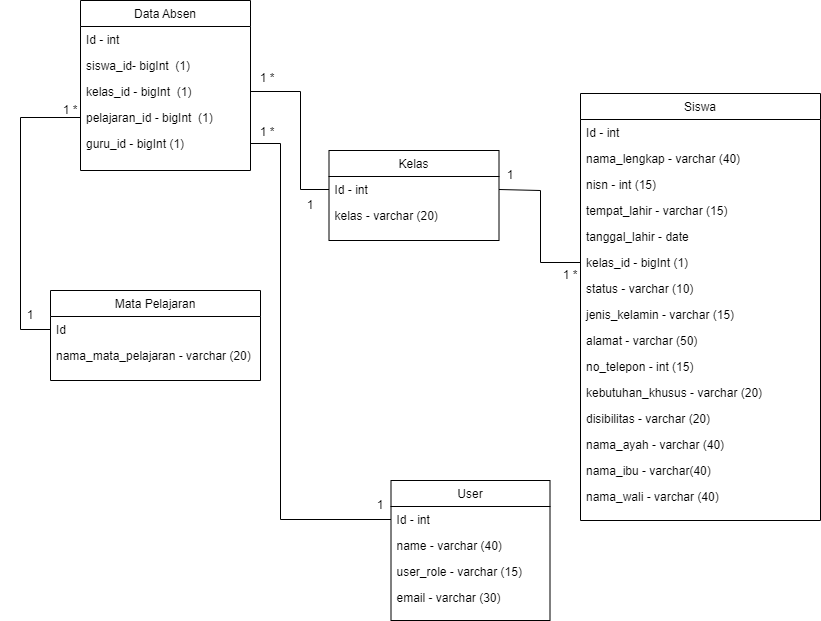
Before: Untitled Diagram.drawio.png, a diagram exported from draw.io (danangsptro/SI_ABSEN). Source tidied: cells renumbered, new cells last; positions are measured from the earlier drawing's top-left corner, leaving out a move shared by most shapes.
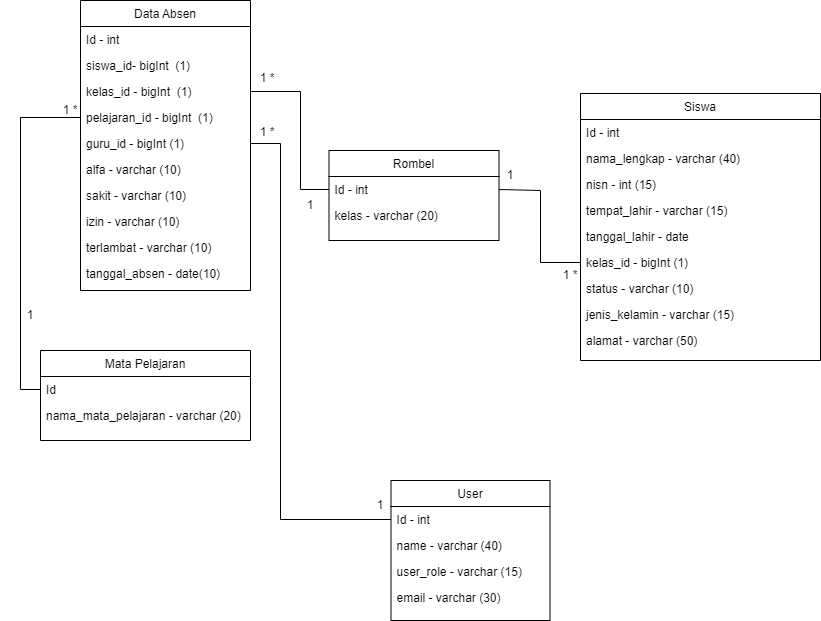
After the change.

Diff of the diagram source:
```diff
@@ -17,7 +17,7 @@
     <mxCell id="6" value="email - varchar (30)" style="text;align=left;verticalAlign=top;spacingLeft=4;spacingRight=4;overflow=hidden;" parent="2" vertex="1">
       <mxGeometry y="104" width="159" height="26" as="geometry" />
     </mxCell>
-    <mxCell id="7" value="Kelas" style="swimlane;fontStyle=0;align=center;verticalAlign=top;horizontal=1;startSize=26;rounded=0;shadow=0;strokeWidth=1;" parent="1" vertex="1">
+    <mxCell id="7" value="Rombel" style="swimlane;fontStyle=0;align=center;verticalAlign=top;horizontal=1;startSize=26;rounded=0;shadow=0;strokeWidth=1;" parent="1" vertex="1">
       <mxGeometry x="328.5" y="150" width="170" height="90" as="geometry" />
     </mxCell>
     <mxCell id="8" value="Id - int" style="text;align=left;verticalAlign=top;spacingLeft=4;spacingRight=4;overflow=hidden;points=[[0,0.5],[1,0.5]];portConstraint=eastwest;" parent="7" vertex="1">
@@ -27,7 +27,7 @@
       <mxGeometry y="52" width="170" height="28" as="geometry" />
     </mxCell>
     <mxCell id="10" value="Siswa" style="swimlane;fontStyle=0;align=center;verticalAlign=top;horizontal=1;startSize=26;rounded=0;shadow=0;strokeWidth=1;" parent="1" vertex="1">
-      <mxGeometry x="580" y="93" width="240" height="427" as="geometry" />
+      <mxGeometry x="580" y="93" width="240" height="267" as="geometry" />
     </mxCell>
     <mxCell id="11" value="Id - int" style="text;align=left;verticalAlign=top;spacingLeft=4;spacingRight=4;overflow=hidden;" parent="10" vertex="1">
       <mxGeometry y="26" width="240" height="26" as="geometry" />
@@ -56,26 +56,8 @@
     <mxCell id="19" value="alamat - varchar (50)" style="text;align=left;verticalAlign=top;spacingLeft=4;spacingRight=4;overflow=hidden;rounded=0;shadow=0;html=0;" parent="10" vertex="1">
       <mxGeometry y="234" width="240" height="26" as="geometry" />
     </mxCell>
-    <mxCell id="20" value="no_telepon - int (15)" style="text;align=left;verticalAlign=top;spacingLeft=4;spacingRight=4;overflow=hidden;rounded=0;shadow=0;html=0;" parent="10" vertex="1">
-      <mxGeometry y="260" width="240" height="26" as="geometry" />
-    </mxCell>
-    <mxCell id="21" value="kebutuhan_khusus - varchar (20)" style="text;align=left;verticalAlign=top;spacingLeft=4;spacingRight=4;overflow=hidden;rounded=0;shadow=0;html=0;" parent="10" vertex="1">
-      <mxGeometry y="286" width="240" height="26" as="geometry" />
-    </mxCell>
-    <mxCell id="22" value="disibilitas - varchar (20)" style="text;align=left;verticalAlign=top;spacingLeft=4;spacingRight=4;overflow=hidden;rounded=0;shadow=0;html=0;" parent="10" vertex="1">
-      <mxGeometry y="312" width="240" height="26" as="geometry" />
-    </mxCell>
-    <mxCell id="23" value="nama_ayah - varchar (40)" style="text;align=left;verticalAlign=top;spacingLeft=4;spacingRight=4;overflow=hidden;rounded=0;shadow=0;html=0;" parent="10" vertex="1">
-      <mxGeometry y="338" width="240" height="26" as="geometry" />
-    </mxCell>
-    <mxCell id="24" value="nama_ibu - varchar(40)" style="text;align=left;verticalAlign=top;spacingLeft=4;spacingRight=4;overflow=hidden;rounded=0;shadow=0;html=0;" parent="10" vertex="1">
-      <mxGeometry y="364" width="240" height="26" as="geometry" />
-    </mxCell>
-    <mxCell id="25" value="nama_wali - varchar (40)" style="text;align=left;verticalAlign=top;spacingLeft=4;spacingRight=4;overflow=hidden;rounded=0;shadow=0;html=0;" parent="10" vertex="1">
-      <mxGeometry y="390" width="240" height="26" as="geometry" />
-    </mxCell>
     <mxCell id="26" value="Mata Pelajaran" style="swimlane;fontStyle=0;align=center;verticalAlign=top;horizontal=1;startSize=26;rounded=0;shadow=0;strokeWidth=1;" parent="1" vertex="1">
-      <mxGeometry x="50" y="290" width="210" height="90" as="geometry" />
+      <mxGeometry x="40" y="350" width="210" height="90" as="geometry" />
     </mxCell>
     <mxCell id="27" value="Id" style="text;align=left;verticalAlign=top;spacingLeft=4;spacingRight=4;overflow=hidden;points=[[0,0.5],[1,0.5]];portConstraint=eastwest;" parent="26" vertex="1">
       <mxGeometry y="26" width="210" height="26" as="geometry" />
@@ -84,7 +66,7 @@
       <mxGeometry y="52" width="210" height="26" as="geometry" />
     </mxCell>
     <mxCell id="29" value="Data Absen" style="swimlane;fontStyle=0;align=center;verticalAlign=top;horizontal=1;startSize=26;rounded=0;shadow=0;strokeWidth=1;" parent="1" vertex="1">
-      <mxGeometry x="80" width="170" height="170" as="geometry" />
+      <mxGeometry x="80" width="170" height="290" as="geometry" />
     </mxCell>
     <mxCell id="30" value="Id - int" style="text;align=left;verticalAlign=top;spacingLeft=4;spacingRight=4;overflow=hidden;" parent="29" vertex="1">
       <mxGeometry y="26" width="170" height="26" as="geometry" />
@@ -101,11 +83,26 @@
     <mxCell id="34" value="guru_id - bigInt (1)" style="text;align=left;verticalAlign=top;spacingLeft=4;spacingRight=4;overflow=hidden;points=[[0,0.5],[1,0.5]];portConstraint=eastwest;" parent="29" vertex="1">
       <mxGeometry y="130" width="170" height="26" as="geometry" />
     </mxCell>
+    <mxCell id="47" value="alfa - varchar (10)" style="text;align=left;verticalAlign=top;spacingLeft=4;spacingRight=4;overflow=hidden;" parent="29" vertex="1">
+      <mxGeometry y="156" width="170" height="26" as="geometry" />
+    </mxCell>
+    <mxCell id="48" value="sakit - varchar (10)" style="text;align=left;verticalAlign=top;spacingLeft=4;spacingRight=4;overflow=hidden;" parent="29" vertex="1">
+      <mxGeometry y="182" width="170" height="26" as="geometry" />
+    </mxCell>
+    <mxCell id="49" value="izin - varchar (10)" style="text;align=left;verticalAlign=top;spacingLeft=4;spacingRight=4;overflow=hidden;" parent="29" vertex="1">
+      <mxGeometry y="208" width="170" height="26" as="geometry" />
+    </mxCell>
+    <mxCell id="50" value="terlambat - varchar (10)" style="text;align=left;verticalAlign=top;spacingLeft=4;spacingRight=4;overflow=hidden;" parent="29" vertex="1">
+      <mxGeometry y="234" width="170" height="26" as="geometry" />
+    </mxCell>
+    <mxCell id="51" value="tanggal_absen - date(10)" style="text;align=left;verticalAlign=top;spacingLeft=4;spacingRight=4;overflow=hidden;" parent="29" vertex="1">
+      <mxGeometry y="260" width="170" height="26" as="geometry" />
+    </mxCell>
     <mxCell id="35" style="endArrow=none;html=1;rounded=0;exitX=0;exitY=0.5;exitDx=0;exitDy=0;entryX=0;entryY=0.5;entryDx=0;entryDy=0;" parent="1" edge="1" source="33" target="27">
       <mxGeometry relative="1" as="geometry">
         <Array as="points">
           <mxPoint x="20" y="117" />
-          <mxPoint x="20" y="329" />
+          <mxPoint x="20" y="389" />
         </Array>
       </mxGeometry>
     </mxCell>
```
